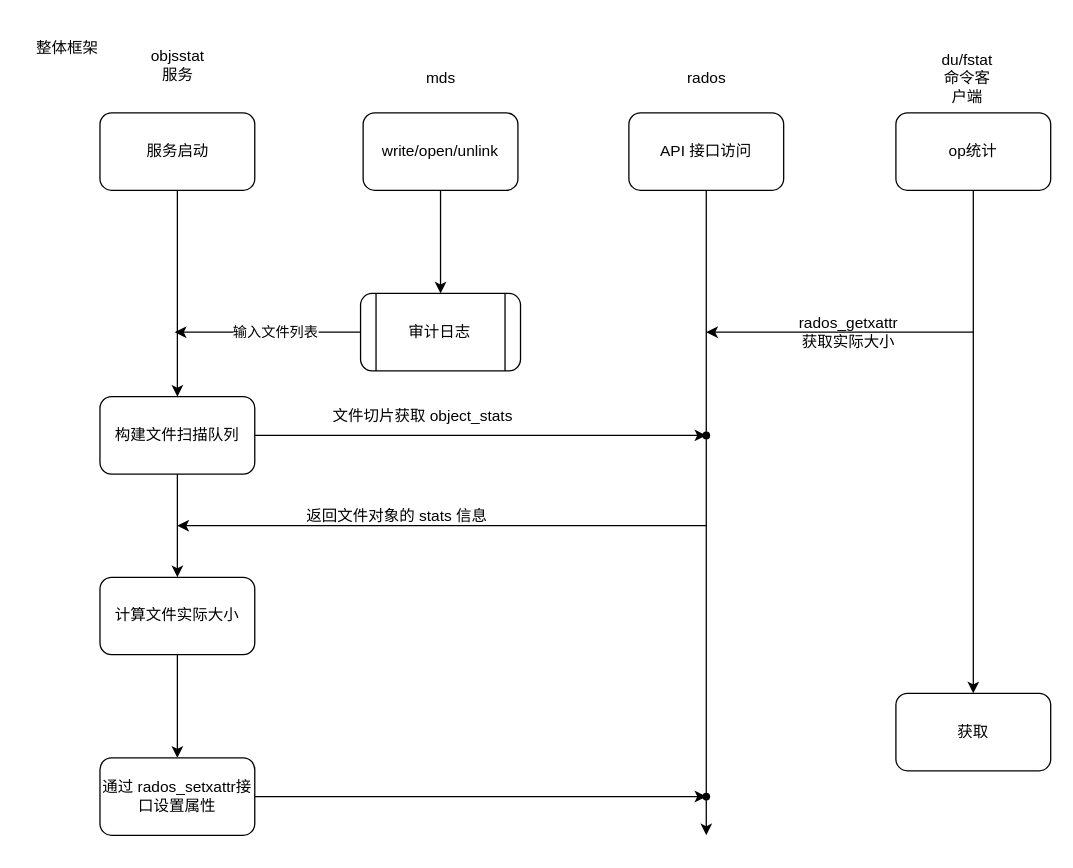
This is doc/cephfs/xishu.drawio from WeddySong/ceph, a draw.io file, before an edit. Source tidied: cells renumbered, new cells numbered last; positions are measured from the earlier drawing's top-left corner, leaving out a move shared by most shapes. Both pictures are drawn from the tidied source at 129%, with x=0, y=0 at pixel (22, 22).
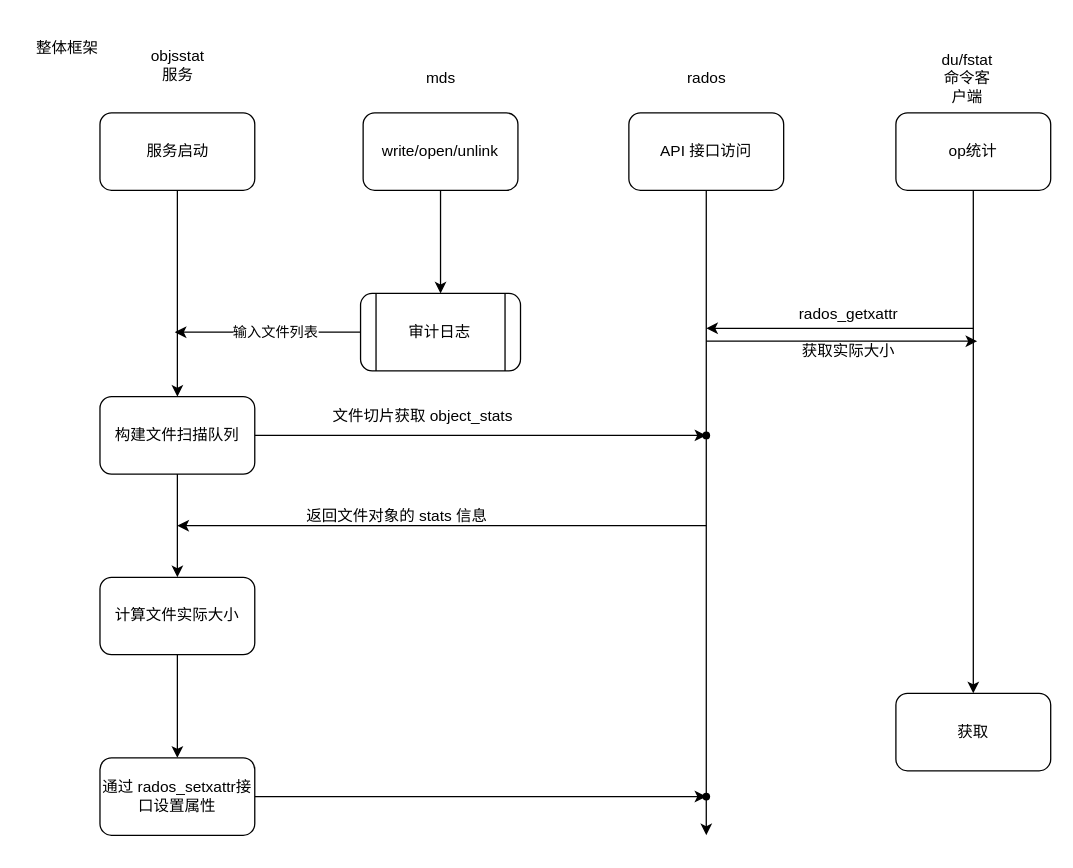
The same page after the edit.

What changed in the source:
```diff
@@
     <mxCell id="32" style="endArrow=classic;html=1;rounded=0;" parent="1" edge="1">
       <mxGeometry relative="1" as="geometry">
-        <mxPoint x="737" y="240" as="sourcePoint" />
-        <mxPoint x="530" y="240" as="targetPoint" />
+        <mxPoint x="737" y="237" as="sourcePoint" />
+        <mxPoint x="530" y="237" as="targetPoint" />
       </mxGeometry>
     </mxCell>
-    <mxCell id="33" value="&lt;span style=&quot;text-wrap-mode: wrap;&quot;&gt;rados_getxattr&lt;br&gt;获取实际大小&lt;/span&gt;" style="text;html=1;align=center;verticalAlign=middle;strokeColor=none;fillColor=none;" parent="1" vertex="1">
-      <mxGeometry x="590" y="220" width="100" height="40" as="geometry" />
+    <mxCell id="33" value="&lt;span style=&quot;text-wrap-mode: wrap;&quot;&gt;rados_getxattr&lt;/span&gt;&lt;div&gt;&lt;br&gt;&lt;/div&gt;&lt;div&gt;&lt;span style=&quot;text-wrap-mode: wrap;&quot;&gt;获取实际大小&lt;/span&gt;&lt;/div&gt;" style="text;html=1;align=center;verticalAlign=middle;strokeColor=none;fillColor=none;" parent="1" vertex="1">
+      <mxGeometry x="590" y="210" width="100" height="60" as="geometry" />
     </mxCell>
+    <mxCell id="34" style="endArrow=classic;html=1;rounded=0;" parent="1" edge="1">
+      <mxGeometry relative="1" as="geometry">
+        <mxPoint x="530" y="247" as="sourcePoint" />
+        <mxPoint x="740" y="247" as="targetPoint" />
+      </mxGeometry>
+    </mxCell>
```
